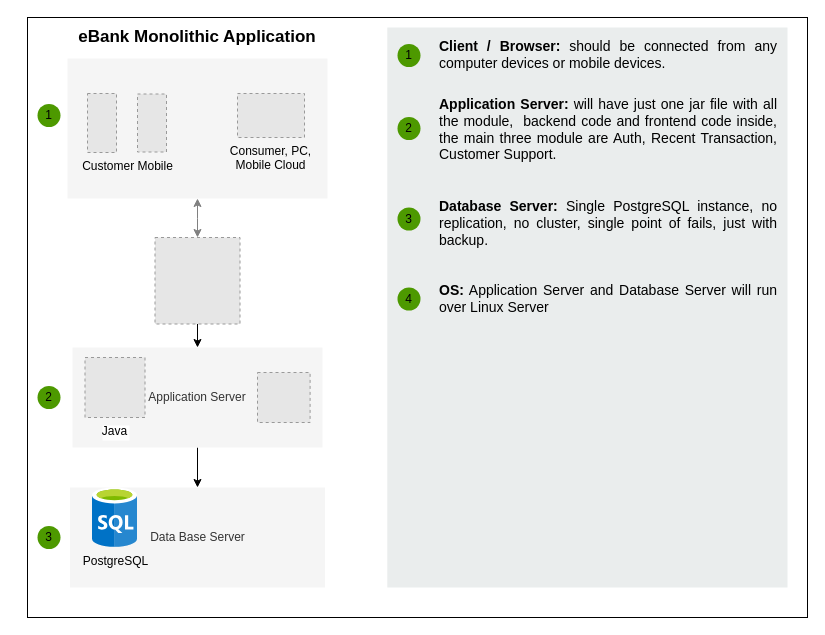
This is docs/Monolithic.drawio from tomj0101/distributed-system, a draw.io file, before an edit. Source tidied: cells renumbered, new cells numbered last; positions are measured from the earlier drawing's top-left corner, leaving out a move shared by most shapes. Both pictures are drawn from the tidied source at 100%, with x=0, y=0 at pixel (27, 17). Pictures stored in the file or linked from it are replaced by grey dashed boxes.
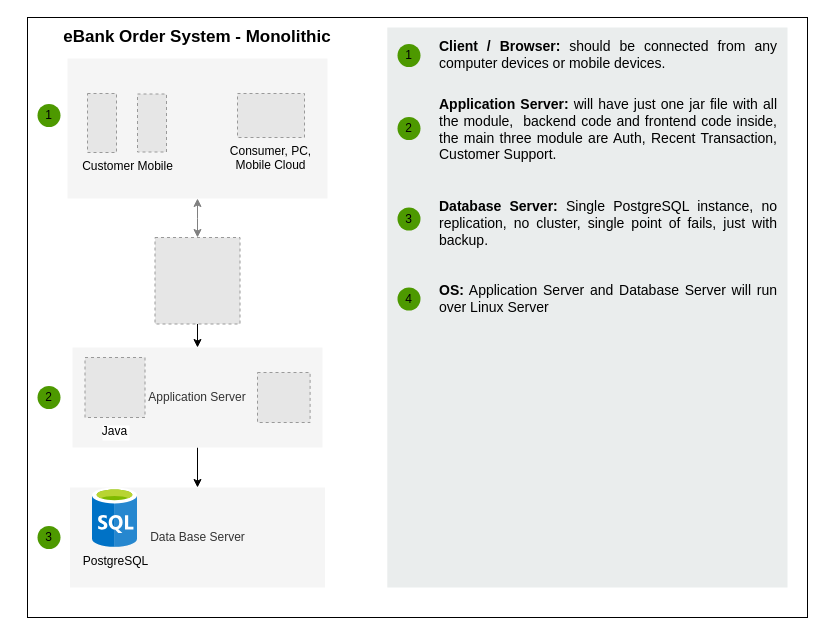
The same page after the edit.

Commit message (it also covers changes not shown here):
update monolothic diagram

Diff of the diagram source:
```diff
@@
-    <mxCell id="17" value="&lt;b&gt;&lt;font style=&quot;font-size: 17px&quot;&gt;eBank Monolithic Application&lt;/font&gt;&lt;/b&gt;" style="text;html=1;strokeColor=none;fillColor=none;align=center;verticalAlign=middle;whiteSpace=wrap;rounded=0;" parent="1" vertex="1">
-      <mxGeometry x="50" y="10" width="240" height="20" as="geometry" />
+    <mxCell id="17" value="&lt;b&gt;&lt;font style=&quot;font-size: 17px&quot;&gt;eBank Order System - Monolithic&lt;/font&gt;&lt;/b&gt;" style="text;html=1;strokeColor=none;fillColor=none;align=center;verticalAlign=middle;whiteSpace=wrap;rounded=0;" parent="1" vertex="1">
+      <mxGeometry x="-10" y="10" width="360" height="20" as="geometry" />
     </mxCell>
```
